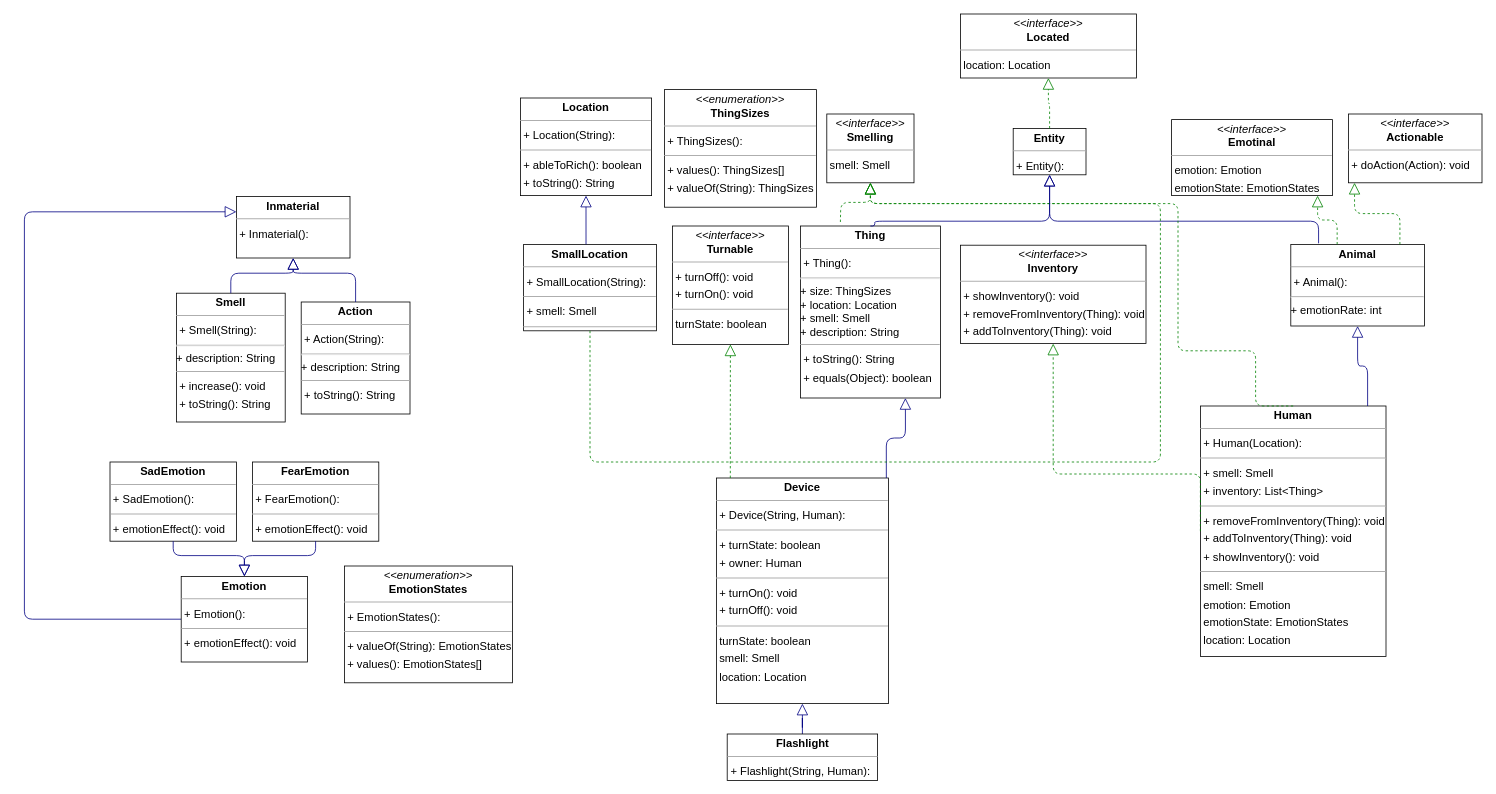
Earlier version of the draw.io diagram proga/lab3/package.drawio (DenisBilobram/sppo). Source tidied: cells renumbered, new cells numbered last; positions are measured from the earlier drawing's top-left corner, leaving out a move shared by most shapes. Both pictures are drawn from the tidied source at 80%, with x=0, y=0 at pixel (24, 14).
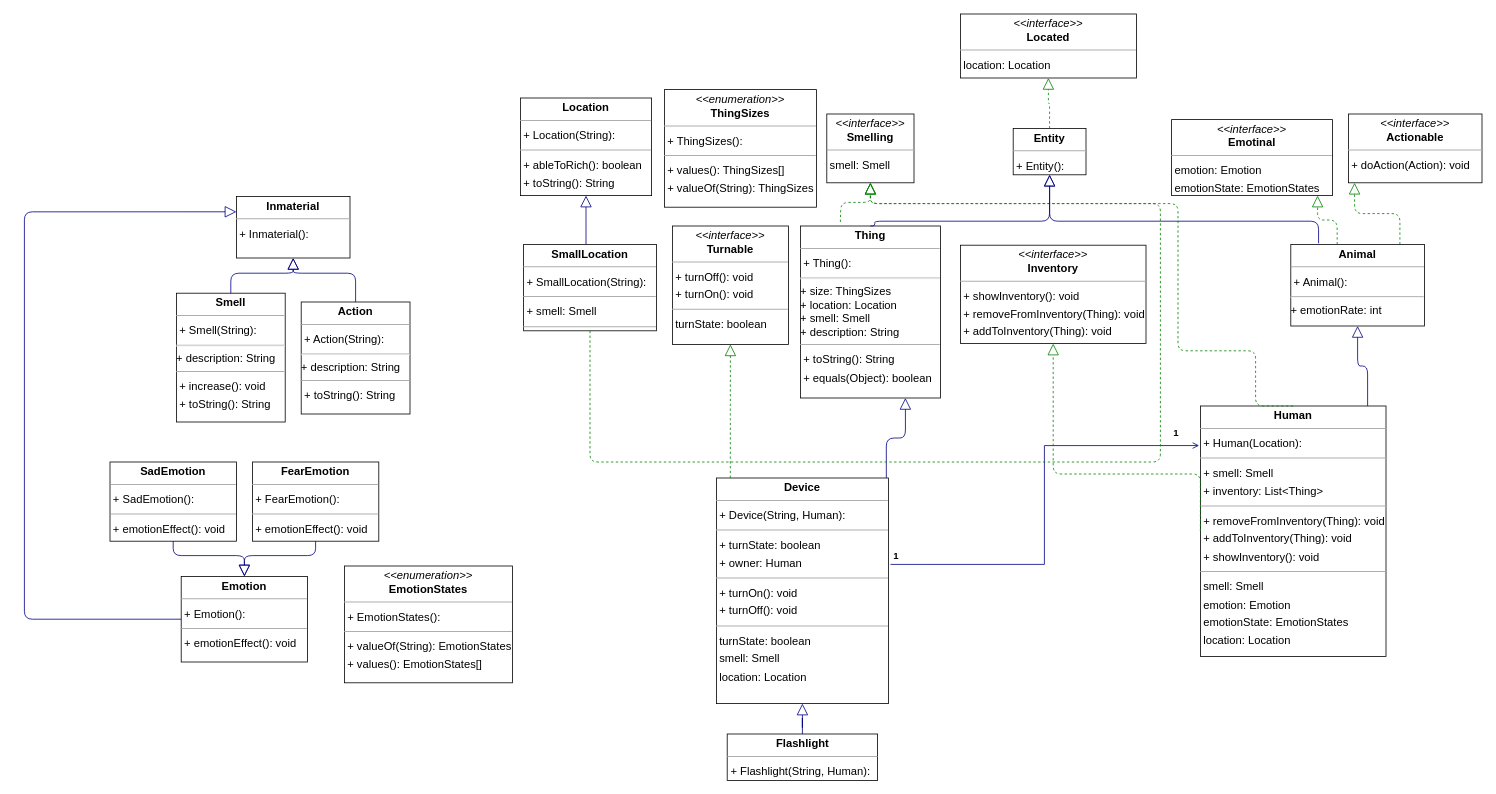
The same page after the edit.

The change refers to these unchanged cells:
```xml
<mxCell id="5" value="&lt;p style=&quot;margin:0px;margin-top:4px;text-align:center;&quot;&gt;&lt;b&gt;Device&lt;/b&gt;&lt;/p&gt;&lt;hr size=&quot;1&quot;&gt;&lt;p style=&quot;margin:0 0 0 4px;line-height:1.6;&quot;&gt;+ Device(String, Human): &lt;/p&gt;&lt;hr size=&quot;1&quot;&gt;&lt;p style=&quot;margin:0 0 0 4px;line-height:1.6;&quot;&gt;+ turnState: boolean&lt;/p&gt;&lt;p style=&quot;margin:0 0 0 4px;line-height:1.6;&quot;&gt;+ owner: Human&lt;/p&gt;&lt;hr size=&quot;1&quot;&gt;&lt;p style=&quot;margin:0 0 0 4px;line-height:1.6;&quot;&gt;+ turnOn(): void&lt;br&gt;+ turnOff(): void&lt;/p&gt;&lt;hr size=&quot;1&quot;&gt;&lt;p style=&quot;margin:0 0 0 4px;line-height:1.6;&quot;&gt; turnState: boolean&lt;br&gt; smell: Smell&lt;br&gt; location: Location&lt;/p&gt;" style="verticalAlign=top;align=left;overflow=fill;fontSize=14;fontFamily=Helvetica;html=1;rounded=0;shadow=0;comic=0;labelBackgroundColor=none;strokeWidth=1;" parent="1" vertex="1">
  <mxGeometry x="865" y="580" width="215" height="282" as="geometry" />
</mxCell>
<mxCell id="14" value="&lt;p style=&quot;margin:0px;margin-top:4px;text-align:center;&quot;&gt;&lt;b&gt;Human&lt;/b&gt;&lt;/p&gt;&lt;hr size=&quot;1&quot;&gt;&lt;p style=&quot;margin:0 0 0 4px;line-height:1.6;&quot;&gt;+ Human(Location): &lt;/p&gt;&lt;hr size=&quot;1&quot;&gt;&lt;p style=&quot;margin:0 0 0 4px;line-height:1.6;&quot;&gt;+ smell: Smell&lt;/p&gt;&lt;p style=&quot;margin:0 0 0 4px;line-height:1.6;&quot;&gt;+ inventory: List&amp;lt;Thing&amp;gt;&lt;/p&gt;&lt;hr size=&quot;1&quot;&gt;&lt;p style=&quot;margin:0 0 0 4px;line-height:1.6;&quot;&gt;+ removeFromInventory(Thing): void&lt;br&gt;+ addToInventory(Thing): void&lt;br&gt;+ showInventory(): void&lt;/p&gt;&lt;hr size=&quot;1&quot;&gt;&lt;p style=&quot;margin:0 0 0 4px;line-height:1.6;&quot;&gt; smell: Smell&lt;br&gt; emotion: Emotion&lt;br&gt; emotionState: EmotionStates&lt;br&gt; location: Location&lt;/p&gt;" style="verticalAlign=top;align=left;overflow=fill;fontSize=14;fontFamily=Helvetica;html=1;rounded=0;shadow=0;comic=0;labelBackgroundColor=none;strokeWidth=1;" parent="1" vertex="1">
  <mxGeometry x="1470" y="490" width="232" height="313" as="geometry" />
</mxCell>
```

Change to the diagram source:
```diff
@@
+    <mxCell id="43" style="edgeStyle=orthogonalEdgeStyle;rounded=0;jettySize=auto;html=1;entryX=-0.007;entryY=0.158;entryDx=0;entryDy=0;entryPerimeter=0;strokeColor=#000082;endArrow=open;endFill=0;exitX=1.012;exitY=0.383;exitDx=0;exitDy=0;exitPerimeter=0;" parent="1" edge="1" source="5" target="14">
+      <mxGeometry relative="1" as="geometry" />
+    </mxCell>
@@
+    <mxCell id="44" value="1" style="text;align=center;fontStyle=1;verticalAlign=middle;spacingLeft=3;spacingRight=3;strokeColor=none;" parent="1" vertex="1">
+      <mxGeometry x="1050" y="664" width="80" height="26" as="geometry" />
+    </mxCell>
+    <mxCell id="45" value="1" style="text;align=center;fontStyle=1;verticalAlign=middle;spacingLeft=3;spacingRight=3;strokeColor=none;" parent="1" vertex="1">
+      <mxGeometry x="1400" y="510" width="80" height="26" as="geometry" />
+    </mxCell>
```
